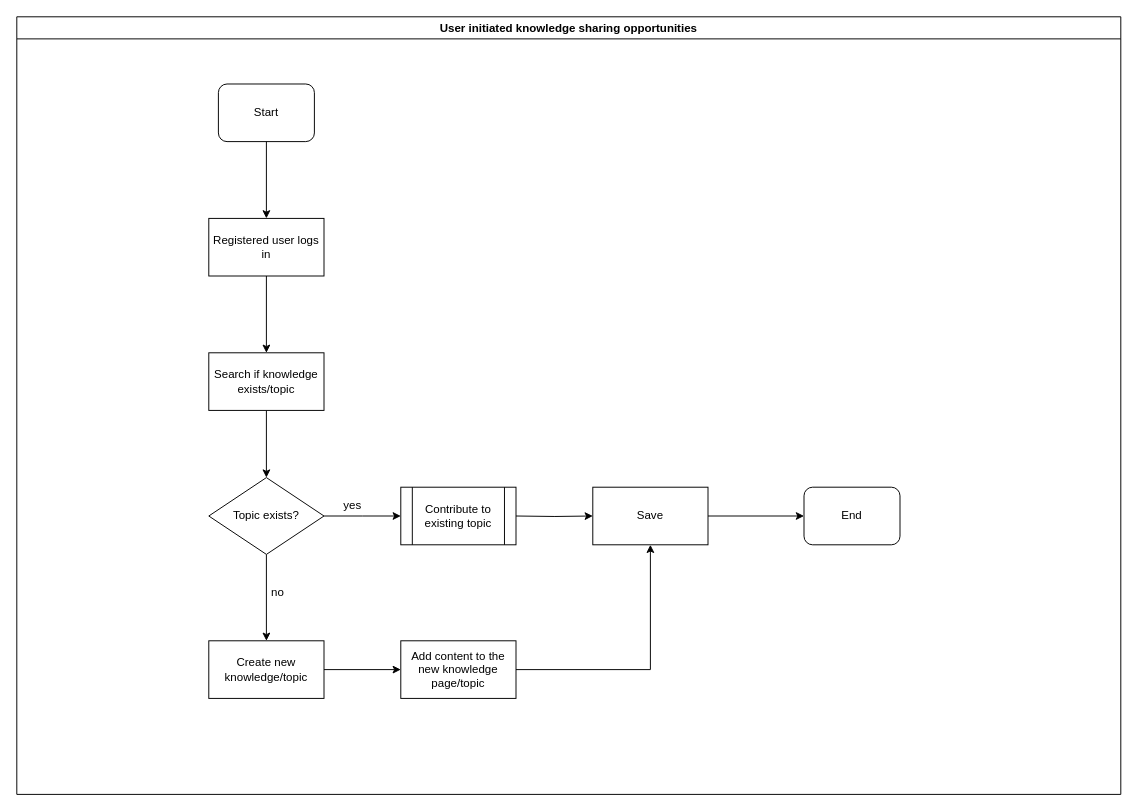
Before: KEFRI-KM-User initiated knowledge sharing opportunities.drawio in kmagua/flowcharts, a draw.io diagram. Source tidied: cells renumbered, new cells numbered last; positions are measured from the earlier drawing's top-left corner, leaving out a move shared by most shapes. Both pictures are drawn from the tidied source at 96%, with x=0, y=0 at pixel (16, 16).
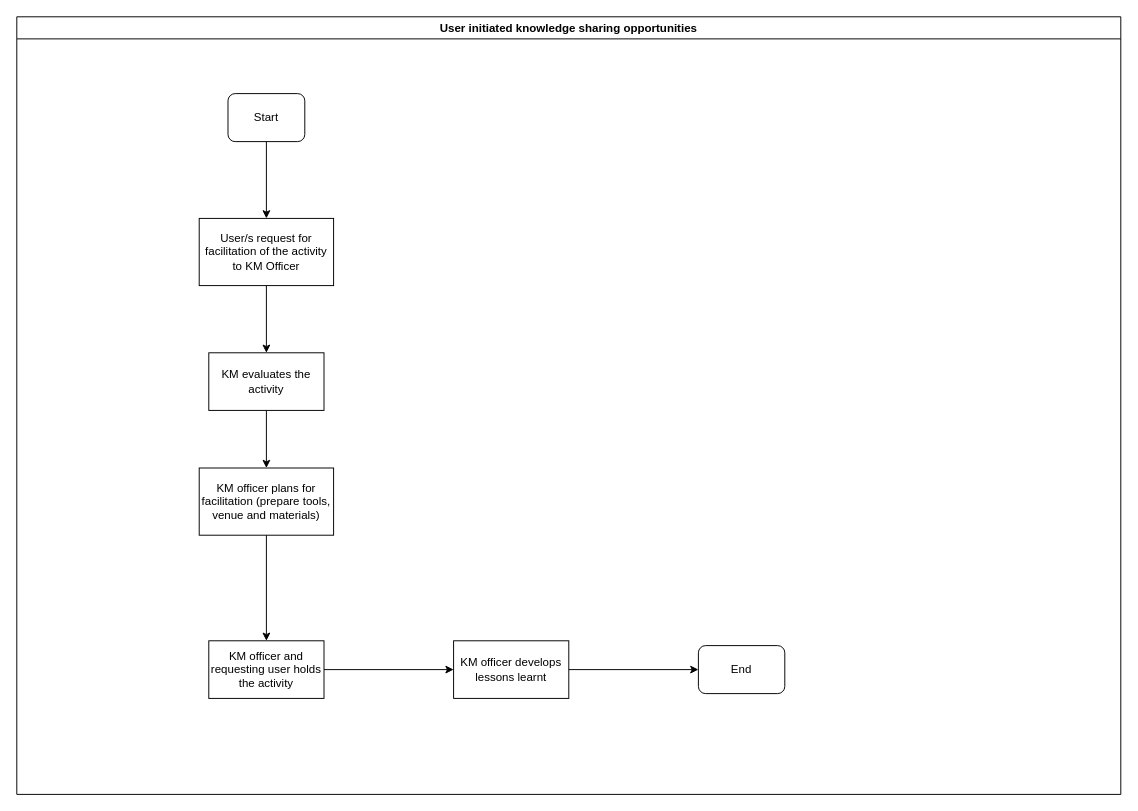
The same page after the edit.

Unchanged cells that the change refers to:
```xml
<mxCell id="2" value="User initiated knowledge sharing opportunities" style="swimlane;" parent="1" vertex="1">
  <mxGeometry width="1150" height="810" as="geometry" />
</mxCell>
```

Change to the diagram source:
```diff
@@
     <mxCell id="3" value="Start" style="rounded=1;whiteSpace=wrap;html=1;" parent="2" vertex="1">
-      <mxGeometry x="210" y="70" width="100" height="60" as="geometry" />
+      <mxGeometry x="220" y="80" width="80" height="50" as="geometry" />
     </mxCell>
-    <mxCell id="4" value="Registered user logs in" style="rounded=0;whiteSpace=wrap;html=1;" parent="2" vertex="1">
-      <mxGeometry x="200" y="210" width="120" height="60" as="geometry" />
+    <mxCell id="4" value="User/s request for facilitation of the activity to KM Officer" style="rounded=0;whiteSpace=wrap;html=1;" parent="2" vertex="1">
+      <mxGeometry x="190" y="210" width="140" height="70" as="geometry" />
     </mxCell>
@@
-    <mxCell id="6" value="no" style="text;html=1;strokeColor=none;fillColor=none;align=center;verticalAlign=middle;whiteSpace=wrap;rounded=0;" parent="2" vertex="1">
-      <mxGeometry x="252" y="590" width="40" height="20" as="geometry" />
-    </mxCell>
-    <mxCell id="7" value="yes" style="text;html=1;strokeColor=none;fillColor=none;align=center;verticalAlign=middle;whiteSpace=wrap;rounded=0;" parent="2" vertex="1">
-      <mxGeometry x="330" y="499" width="40" height="20" as="geometry" />
-    </mxCell>
     <mxCell id="8" value="End" style="rounded=1;whiteSpace=wrap;html=1;" parent="2" vertex="1">
-      <mxGeometry x="820" y="490" width="100" height="60" as="geometry" />
+      <mxGeometry x="710" y="655" width="90" height="50" as="geometry" />
     </mxCell>
-    <mxCell id="9" value="Contribute to existing topic" style="shape=process;whiteSpace=wrap;html=1;backgroundOutline=1;" parent="2" vertex="1">
-      <mxGeometry x="400" y="490" width="120" height="60" as="geometry" />
-    </mxCell>
+    <mxCell id="23" value="KM officer plans for facilitation (prepare tools, venue and materials)" style="rounded=0;whiteSpace=wrap;html=1;" parent="2" vertex="1">
+      <mxGeometry x="190" y="470" width="140" height="70" as="geometry" />
+    </mxCell>
+    <mxCell id="24" value="KM officer develops lessons learnt" style="rounded=0;whiteSpace=wrap;html=1;" parent="2" vertex="1">
+      <mxGeometry x="455" y="650" width="120" height="60" as="geometry" />
+    </mxCell>
+    <mxCell id="25" style="edgeStyle=orthogonalEdgeStyle;rounded=0;jettySize=auto;html=1;" parent="2" edge="1" source="24" target="8">
+      <mxGeometry relative="1" as="geometry" />
+    </mxCell>
-    <mxCell id="10" style="edgeStyle=orthogonalEdgeStyle;rounded=0;jettySize=auto;html=1;" parent="1" edge="1" source="11" target="15">
+    <mxCell id="10" style="edgeStyle=orthogonalEdgeStyle;rounded=0;jettySize=auto;html=1;" parent="1" edge="1" source="11" target="23">
       <mxGeometry relative="1" as="geometry" />
     </mxCell>
-    <mxCell id="11" value="Search if knowledge exists/topic" style="whiteSpace=wrap;html=1;rounded=0;" parent="1" vertex="1">
+    <mxCell id="11" value="KM evaluates the activity" style="whiteSpace=wrap;html=1;rounded=0;" parent="1" vertex="1">
       <mxGeometry x="200" y="350" width="120" height="60" as="geometry" />
     </mxCell>
@@
-    <mxCell id="13" style="edgeStyle=orthogonalEdgeStyle;rounded=0;jettySize=auto;html=1;" parent="1" edge="1" source="15" target="17">
-      <mxGeometry relative="1" as="geometry" />
-    </mxCell>
-    <mxCell id="14" style="edgeStyle=orthogonalEdgeStyle;rounded=0;jettySize=auto;html=1;" parent="1" edge="1" source="15">
-      <mxGeometry relative="1" as="geometry">
-        <mxPoint x="400" y="520" as="targetPoint" />
-      </mxGeometry>
-    </mxCell>
-    <mxCell id="15" value="Topic exists?" style="rhombus;whiteSpace=wrap;html=1;rounded=0;" parent="1" vertex="1">
-      <mxGeometry x="200" y="480" width="120" height="80" as="geometry" />
-    </mxCell>
-    <mxCell id="16" style="edgeStyle=orthogonalEdgeStyle;rounded=0;jettySize=auto;html=1;" parent="1" edge="1" source="17" target="19">
+    <mxCell id="16" style="edgeStyle=orthogonalEdgeStyle;rounded=0;jettySize=auto;html=1;" parent="1" edge="1" source="17" target="24">
       <mxGeometry relative="1" as="geometry" />
     </mxCell>
-    <mxCell id="17" value="Create new knowledge/topic" style="whiteSpace=wrap;html=1;rounded=0;" parent="1" vertex="1">
+    <mxCell id="17" value="KM officer and requesting user holds the activity" style="whiteSpace=wrap;html=1;rounded=0;" parent="1" vertex="1">
       <mxGeometry x="200" y="650" width="120" height="60" as="geometry" />
     </mxCell>
-    <mxCell id="18" style="edgeStyle=orthogonalEdgeStyle;rounded=0;jettySize=auto;html=1;entryX=0.5;entryY=1;entryDx=0;entryDy=0;" parent="1" edge="1" source="19" target="22">
-      <mxGeometry relative="1" as="geometry" />
-    </mxCell>
-    <mxCell id="19" value="Add content to the new knowledge page/topic" style="whiteSpace=wrap;html=1;rounded=0;" parent="1" vertex="1">
-      <mxGeometry x="400" y="650" width="120" height="60" as="geometry" />
-    </mxCell>
-    <mxCell id="20" style="edgeStyle=orthogonalEdgeStyle;rounded=0;jettySize=auto;html=1;" parent="1" edge="1" target="22">
-      <mxGeometry relative="1" as="geometry">
-        <mxPoint x="520" y="520" as="sourcePoint" />
-      </mxGeometry>
-    </mxCell>
-    <mxCell id="21" style="edgeStyle=orthogonalEdgeStyle;rounded=0;jettySize=auto;html=1;entryX=0;entryY=0.5;entryDx=0;entryDy=0;" parent="1" edge="1" source="22" target="8">
-      <mxGeometry relative="1" as="geometry" />
-    </mxCell>
-    <mxCell id="22" value="Save" style="whiteSpace=wrap;html=1;rounded=0;" parent="1" vertex="1">
-      <mxGeometry x="600" y="490" width="120" height="60" as="geometry" />
-    </mxCell>
+    <mxCell id="26" style="edgeStyle=orthogonalEdgeStyle;rounded=0;jettySize=auto;html=1;" parent="1" edge="1" source="23" target="17">
+      <mxGeometry relative="1" as="geometry" />
+    </mxCell>
```
